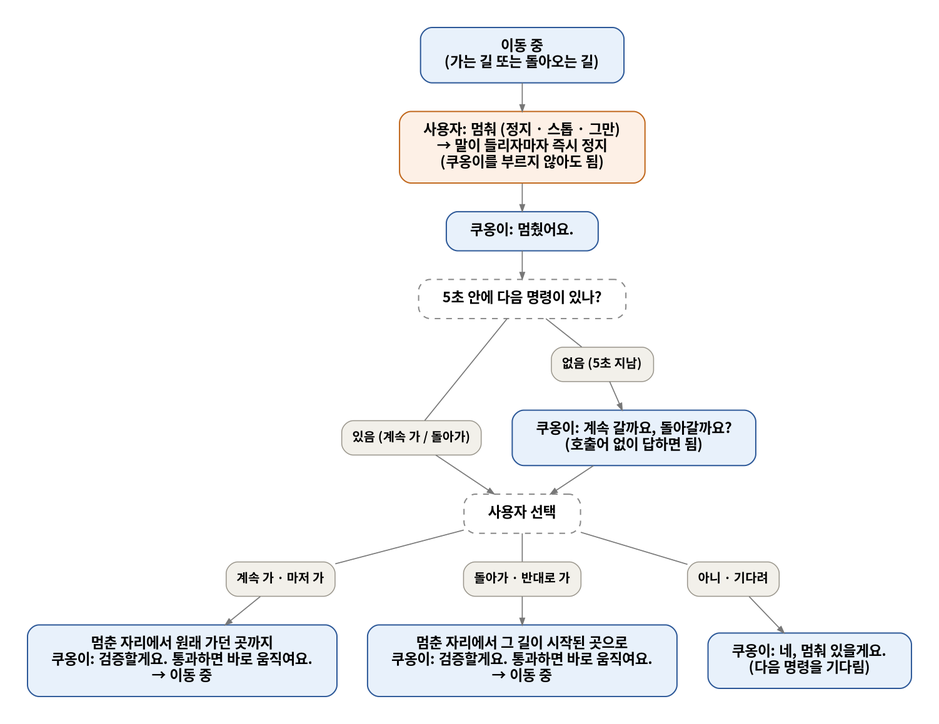
Earlier version of the Graphviz export docs/flow/flow3_stop.png (jaemin0319/ChatKHU). Its source is kept beside it as docs/flow/flow3_stop.dot.
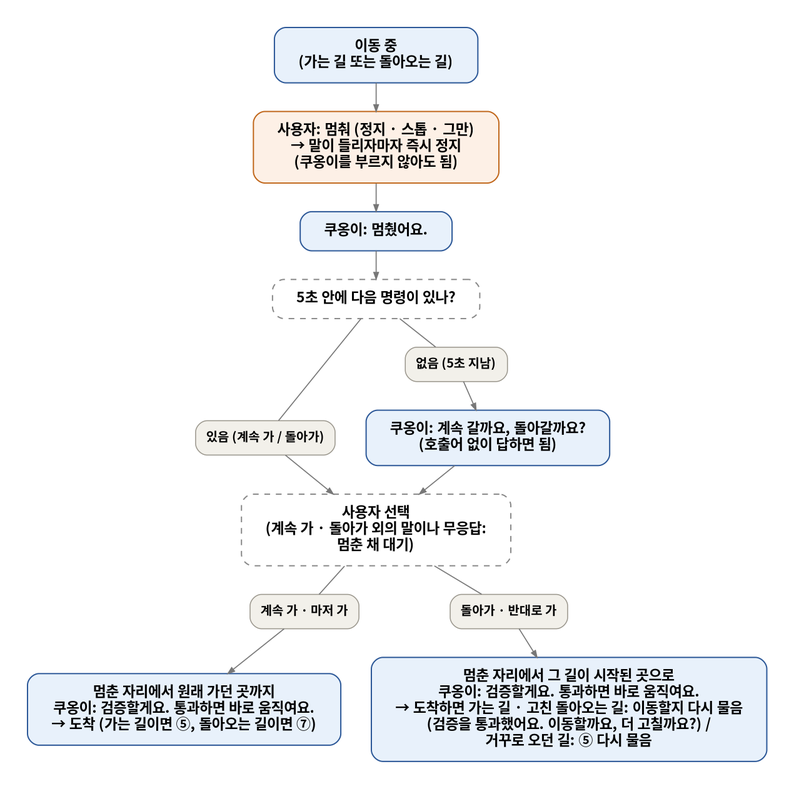
After the change.

Diff of the diagram source:
```diff
@@ -5,19 +5,17 @@
   said [label="쿠옹이: 멈췄어요."];
   wait5 [label="5초 안에 다음 명령이 있나?", style="rounded,dashed", fillcolor="white", color="#888888"];
   ask [label="쿠옹이: 계속 갈까요, 돌아갈까요?\n(호출어 없이 답하면 됨)"];
-  choose [label="사용자 선택", style="rounded,dashed", fillcolor="white", color="#888888"];
-  fwd [label="멈춘 자리에서 원래 가던 곳까지\n쿠옹이: 검증할게요. 통과하면 바로 움직여요.\n→ 이동 중"];
-  back [label="멈춘 자리에서 그 길이 시작된 곳으로\n쿠옹이: 검증할게요. 통과하면 바로 움직여요.\n→ 이동 중"];
-  stay [label="쿠옹이: 네, 멈춰 있을게요.\n(다음 명령을 기다림)"];
+  choose [label="사용자 선택\n(계속 가 · 돌아가 외의 말이나 무응답:\n멈춘 채 대기)", style="rounded,dashed", fillcolor="white", color="#888888"];
+  fwd [label="멈춘 자리에서 원래 가던 곳까지\n쿠옹이: 검증할게요. 통과하면 바로 움직여요.\n→ 도착 (가는 길이면 ⑤, 돌아오는 길이면 ⑦)"];
+  back [label="멈춘 자리에서 그 길이 시작된 곳으로\n쿠옹이: 검증할게요. 통과하면 바로 움직여요.\n→ 도착하면 가는 길 · 고친 돌아오는 길: 이동할지 다시 물음\n(검증을 통과했어요. 이동할까요, 더 고칠까요?) /\n거꾸로 오던 길: ⑤ 다시 물음"];
 
   node [shape=box, style="rounded,filled", fillcolor="#F2F0EA", color="#9A968C", fontsize=13, margin="0.15,0.06", penwidth=1];
   p_yes [label="있음 (계속 가 / 돌아가)"]; p_no [label="없음 (5초 지남)"];
-  p_f [label="계속 가 · 마저 가"]; p_b [label="돌아가 · 반대로 가"]; p_n [label="아니 · 기다려"];
+  p_f [label="계속 가 · 마저 가"]; p_b [label="돌아가 · 반대로 가"];
 
   moving -> stop -> said -> wait5;
   wait5 -> p_yes [arrowhead=none]; p_yes -> choose;
   wait5 -> p_no [arrowhead=none]; p_no -> ask -> choose;
   choose -> p_f [arrowhead=none]; p_f -> fwd;
   choose -> p_b [arrowhead=none]; p_b -> back;
-  choose -> p_n [arrowhead=none]; p_n -> stay;
 }
```
